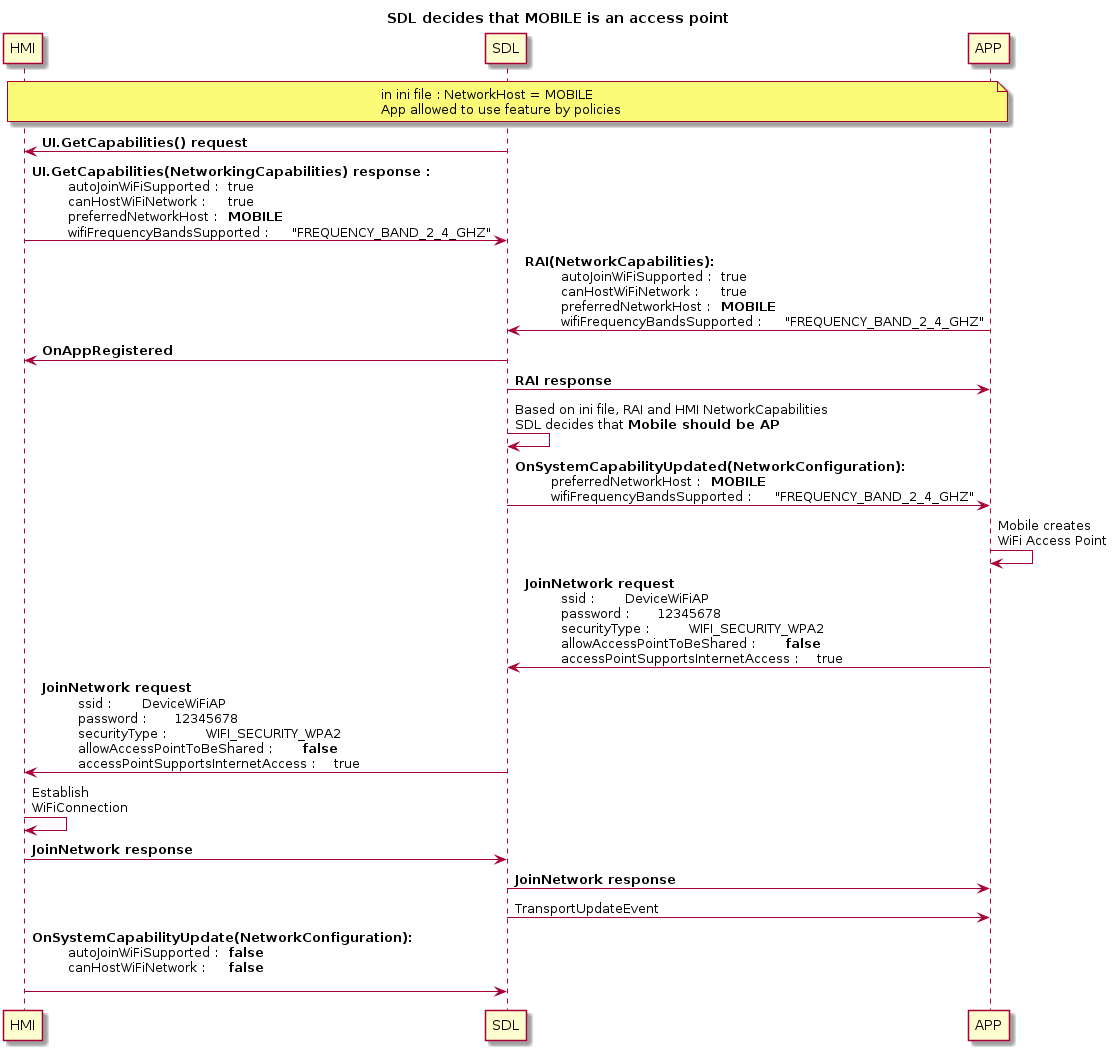
Before: assets/proposals/0245-sharing-wifi-ssid-and-password/mobile_access_point.png, a diagram exported from PlantUML (smartdevicelink/sdl_evolution).
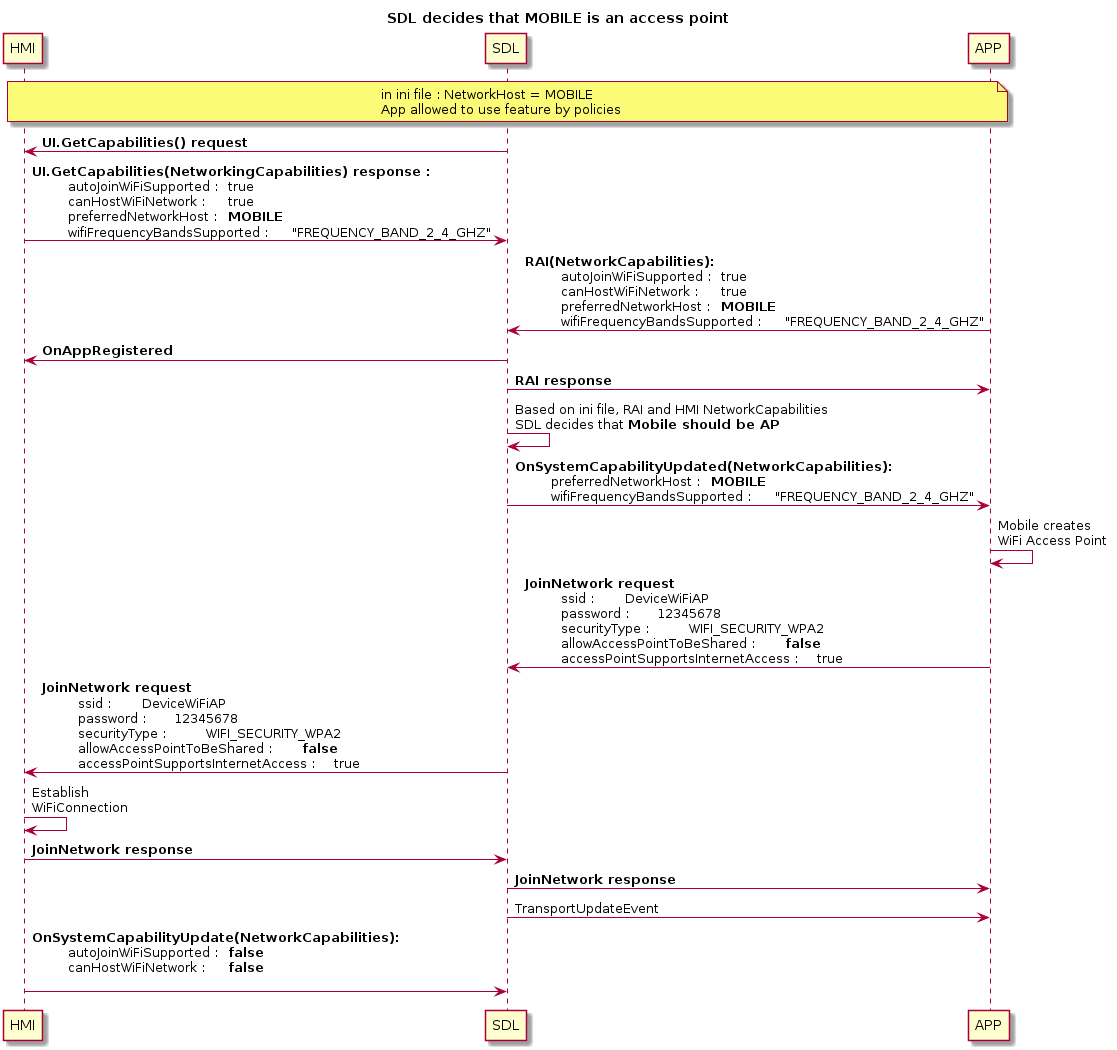
The same file after the commit.

What changed in the source:
```diff
@@ -1,4 +1,4 @@
-@startuml ../assets/proposals/0245-sharing-wifi-ssid-and-password/mobile_access_point
+@startuml
 !pragma teoz true
 
 title SDL decides that MOBILE is an access point
@@ -18,7 +18,7 @@
 
 SDL -> SDL : Based on ini file, RAI and HMI NetworkCapabilities\nSDL decides that **Mobile should be AP**
 
-SDL -> APP:  <b>OnSystemCapabilityUpdated(NetworkConfiguration): \n\t preferredNetworkHost : \t **MOBILE** \n\t wifiFrequencyBandsSupported : \t "FREQUENCY_BAND_2_4_GHZ"
+SDL -> APP:  <b>OnSystemCapabilityUpdated(NetworkCapabilities): \n\t preferredNetworkHost : \t **MOBILE** \n\t wifiFrequencyBandsSupported : \t "FREQUENCY_BAND_2_4_GHZ"
 
 APP -> APP : Mobile creates \nWiFi Access Point
 
@@ -33,5 +33,5 @@
 
 SDL -> APP: TransportUpdateEvent
 
-HMI -> SDL:  <b>OnSystemCapabilityUpdate(NetworkConfiguration): \n\t autoJoinWiFiSupported : \t **false** \n\t canHostWiFiNetwork : \t **false**  \n
+HMI -> SDL:  <b>OnSystemCapabilityUpdate(NetworkCapabilities): \n\t autoJoinWiFiSupported : \t **false** \n\t canHostWiFiNetwork : \t **false**  \n
 @enduml
```
